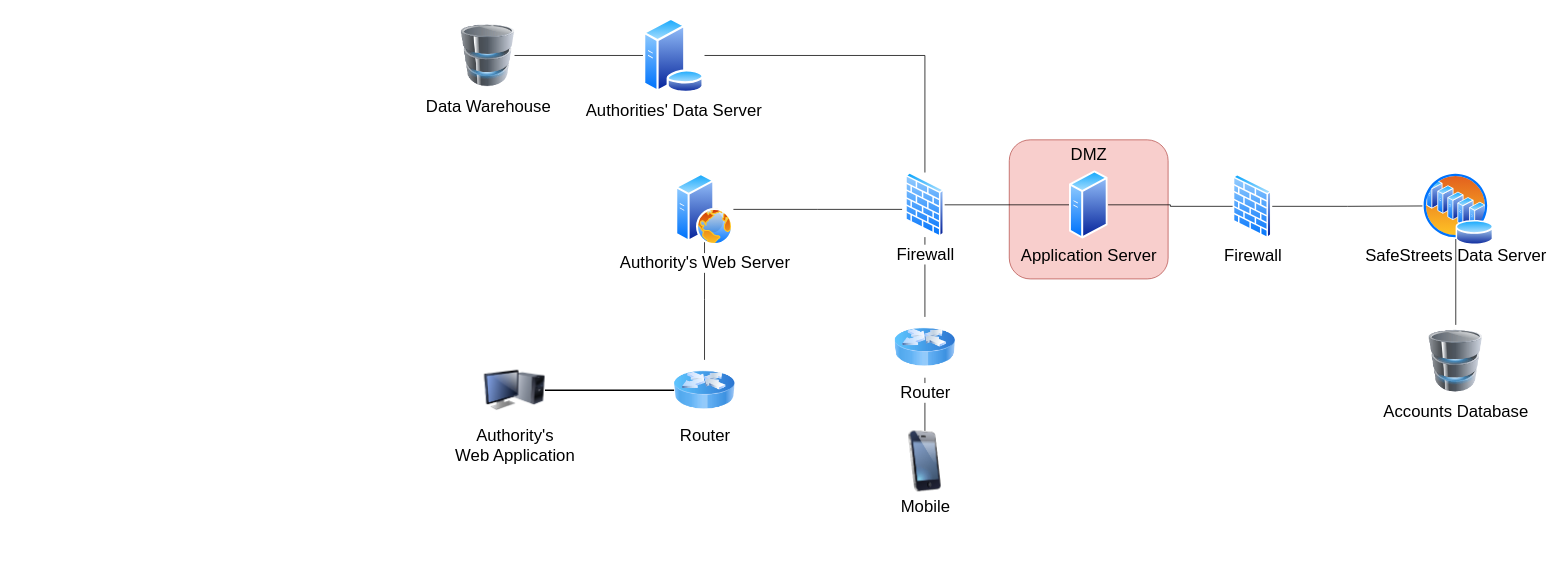
This is DD/images/Drawio/highlevel.drawio from marcuz1996/Software-Engineering-Project, a draw.io file, before an edit. Source tidied: cells renumbered, new cells numbered last; positions are measured from the earlier drawing's top-left corner, leaving out a move shared by most shapes. Both pictures are drawn from the tidied source at 76%, with x=0, y=0 at pixel (461, 17).
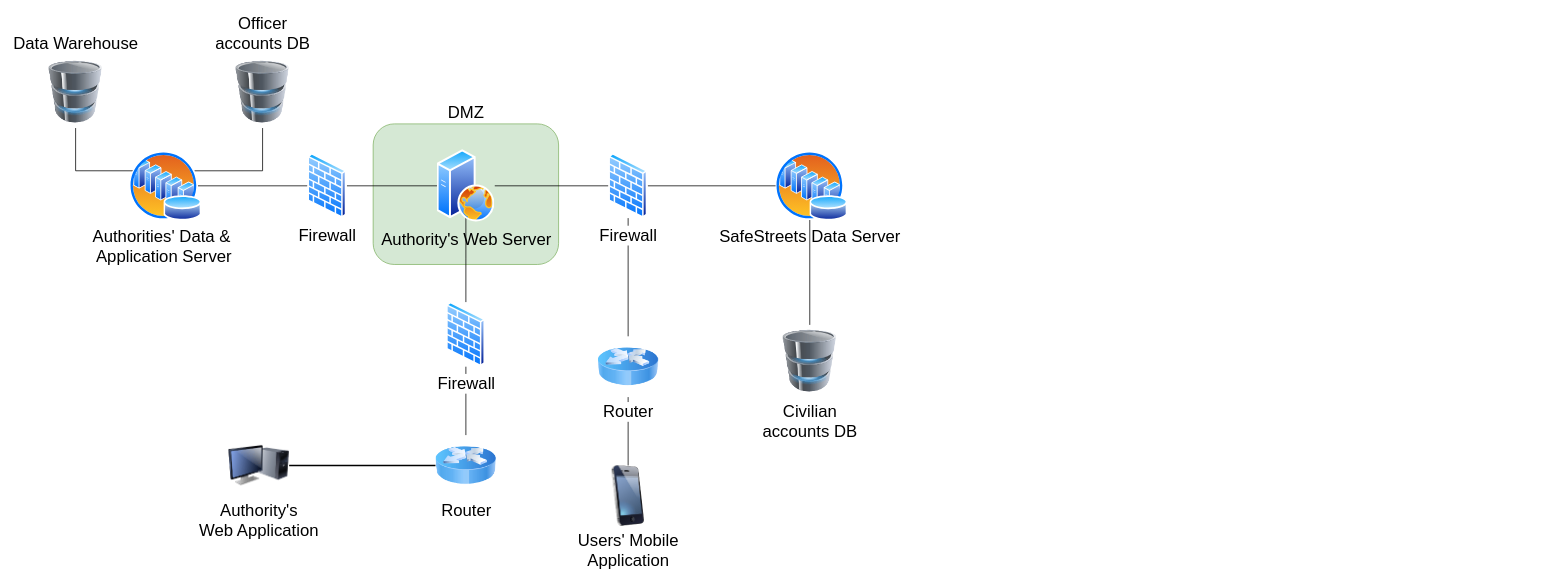
Above is the later version.

The edit, as a diff of the source:
```diff
@@
-    <mxCell id="2" value="DMZ" style="rounded=1;whiteSpace=wrap;html=1;fontSize=22;horizontal=1;verticalAlign=top;fillColor=#f8cecc;strokeColor=#b85450;" parent="1" vertex="1">
-      <mxGeometry x="721.5" y="160.5" width="209" height="183" as="geometry" />
+    <mxCell id="2" value="DMZ" style="rounded=1;whiteSpace=wrap;html=1;labelBackgroundColor=#FFFFFF;fillColor=#d5e8d4;strokeColor=#82b366;labelPosition=center;verticalLabelPosition=top;align=center;verticalAlign=bottom;fontSize=22;" parent="1" vertex="1">
+      <mxGeometry x="-115.5" y="139.5" width="244" height="185" as="geometry" />
     </mxCell>
-    <mxCell id="3" style="edgeStyle=orthogonalEdgeStyle;rounded=0;jettySize=auto;html=1;exitX=0.5;exitY=0;exitDx=0;exitDy=0;entryX=0.5;entryY=1;entryDx=0;entryDy=0;endArrow=none;endFill=0;" parent="1" edge="1" source="4">
+    <mxCell id="3" style="edgeStyle=orthogonalEdgeStyle;rounded=0;jettySize=auto;html=1;exitX=0.5;exitY=0;exitDx=0;exitDy=0;entryX=0.5;entryY=1;entryDx=0;entryDy=0;endArrow=none;endFill=0;" parent="1" edge="1" source="40">
       <mxGeometry relative="1" as="geometry">
-        <mxPoint x="320.5" y="290.3" as="targetPoint" />
+        <mxPoint x="6.5" y="259.3" as="targetPoint" />
       </mxGeometry>
     </mxCell>
     <mxCell id="4" value="Router" style="image;html=1;labelBackgroundColor=#ffffff;image=img/lib/clip_art/networking/Router_Icon_128x128.png;shadow=0;fontFamily=Helvetica;fontSize=22;fontColor=#000000;align=center;strokeColor=#000000;strokeWidth=2;fillColor=#ffffff;" parent="1" vertex="1">
-      <mxGeometry x="280.5" y="450" width="80" height="80" as="geometry" />
+      <mxGeometry x="-33.5" y="549" width="80" height="80" as="geometry" />
     </mxCell>
     <mxCell id="5" value="Authority's&lt;br&gt;Web Application" style="image;html=1;labelBackgroundColor=#ffffff;image=img/lib/clip_art/computers/Monitor_Tower_128x128.png;rounded=1;shadow=0;comic=0;strokeWidth=2;fontSize=22;" parent="1" vertex="1">
-      <mxGeometry x="30.5" y="450" width="80" height="80" as="geometry" />
+      <mxGeometry x="-306" y="549" width="80" height="80" as="geometry" />
     </mxCell>
-    <mxCell id="6" style="edgeStyle=orthogonalEdgeStyle;rounded=0;jettySize=auto;html=1;exitX=0.5;exitY=0;exitDx=0;exitDy=0;entryX=0.5;entryY=1;entryDx=0;entryDy=0;endArrow=none;endFill=0;fontSize=22;" parent="1" edge="1" source="7" target="10">
-      <mxGeometry relative="1" as="geometry" />
-    </mxCell>
-    <mxCell id="7" value="Mobile" style="image;html=1;labelBackgroundColor=#ffffff;image=img/lib/clip_art/telecommunication/iPhone_128x128.png;rounded=1;shadow=0;comic=0;strokeWidth=2;fontSize=22;" parent="1" vertex="1">
-      <mxGeometry x="570.5" y="543.5" width="80" height="80" as="geometry" />
+    <mxCell id="7" value="Users' Mobile &lt;br&gt;Application" style="image;html=1;labelBackgroundColor=#ffffff;image=img/lib/clip_art/telecommunication/iPhone_128x128.png;rounded=1;shadow=0;comic=0;strokeWidth=2;fontSize=22;" parent="1" vertex="1">
+      <mxGeometry x="180" y="589" width="80" height="80" as="geometry" />
     </mxCell>
@@
-    <mxCell id="9" style="edgeStyle=orthogonalEdgeStyle;rounded=0;jettySize=auto;html=1;exitX=0.5;exitY=0;exitDx=0;exitDy=0;entryX=0.5;entryY=1;entryDx=0;entryDy=0;endArrow=none;endFill=0;fontSize=22;" parent="1" edge="1" source="10" target="13">
-      <mxGeometry relative="1" as="geometry" />
-    </mxCell>
+    <mxCell id="27" style="edgeStyle=orthogonalEdgeStyle;rounded=0;jettySize=auto;html=1;exitX=0.5;exitY=1;exitDx=0;exitDy=0;entryX=0.5;entryY=0;entryDx=0;entryDy=0;endArrow=none;endFill=0;" parent="1" edge="1" source="10" target="7">
+      <mxGeometry relative="1" as="geometry" />
+    </mxCell>
     <mxCell id="10" value="Router" style="image;html=1;labelBackgroundColor=#ffffff;image=img/lib/clip_art/networking/Router_Icon_128x128.png;fontSize=22;" parent="1" vertex="1">
-      <mxGeometry x="570.5" y="393.5" width="80" height="80" as="geometry" />
+      <mxGeometry x="180" y="419" width="80" height="80" as="geometry" />
     </mxCell>
-    <mxCell id="11" style="edgeStyle=orthogonalEdgeStyle;rounded=0;jettySize=auto;html=1;exitX=0.5;exitY=0;exitDx=0;exitDy=0;entryX=1;entryY=0.5;entryDx=0;entryDy=0;endArrow=none;endFill=0;fontSize=22;" parent="1" edge="1" source="13" target="16">
-      <mxGeometry relative="1" as="geometry" />
-    </mxCell>
-    <mxCell id="12" style="edgeStyle=orthogonalEdgeStyle;rounded=0;jettySize=auto;html=1;exitX=1;exitY=0.5;exitDx=0;exitDy=0;entryX=0;entryY=0.5;entryDx=0;entryDy=0;endArrow=none;endFill=0;fontSize=22;" parent="1" edge="1" source="13" target="19">
-      <mxGeometry relative="1" as="geometry" />
-    </mxCell>
-    <mxCell id="13" value="Firewall" style="perimeter=ellipsePerimeter;html=1;align=center;shadow=0;dashed=0;spacingTop=3;image;image=img/lib/active_directory/firewall.svg;fontSize=22;" parent="1" vertex="1">
-      <mxGeometry x="584.5" y="203.5" width="52" height="85" as="geometry" />
-    </mxCell>
-    <mxCell id="14" style="edgeStyle=orthogonalEdgeStyle;rounded=0;jettySize=auto;html=1;exitX=1;exitY=0.5;exitDx=0;exitDy=0;endArrow=none;endFill=0;fontSize=22;" parent="1" edge="1" source="15">
-      <mxGeometry relative="1" as="geometry">
-        <mxPoint x="580.5" y="252" as="targetPoint" />
-      </mxGeometry>
-    </mxCell>
-    <mxCell id="15" value="Authority's Web Server" style="perimeter=ellipsePerimeter;html=1;align=center;shadow=0;dashed=0;spacingTop=3;image;image=img/lib/active_directory/web_server.svg;fontSize=22;" parent="1" vertex="1">
-      <mxGeometry x="282.5" y="204" width="76" height="96" as="geometry" />
-    </mxCell>
-    <mxCell id="16" value="Authorities' Data Server" style="perimeter=ellipsePerimeter;html=1;align=center;shadow=0;dashed=0;spacingTop=3;image;image=img/lib/active_directory/database_server.svg;fontSize=22;" parent="1" vertex="1">
-      <mxGeometry x="239.5" width="81" height="99" as="geometry" />
-    </mxCell>
-    <mxCell id="17" style="edgeStyle=orthogonalEdgeStyle;rounded=0;jettySize=auto;html=1;exitX=1;exitY=0.5;exitDx=0;exitDy=0;endArrow=none;endFill=0;fontSize=22;" parent="1" edge="1" source="18" target="16">
-      <mxGeometry relative="1" as="geometry" />
-    </mxCell>
+    <mxCell id="28" style="edgeStyle=orthogonalEdgeStyle;rounded=0;jettySize=auto;html=1;exitX=0;exitY=0.5;exitDx=0;exitDy=0;entryX=1;entryY=0.5;entryDx=0;entryDy=0;endArrow=none;endFill=0;" parent="1" edge="1" source="15" target="22">
+      <mxGeometry relative="1" as="geometry" />
+    </mxCell>
-    <mxCell id="18" value="Data Warehouse" style="image;html=1;labelBackgroundColor=#ffffff;image=img/lib/clip_art/computers/Database_128x128.png;fontSize=22;" parent="1" vertex="1">
-      <mxGeometry x="0.5" y="2" width="70" height="95" as="geometry" />
+    <mxCell id="18" value="Data Warehouse" style="image;html=1;labelBackgroundColor=none;image=img/lib/clip_art/computers/Database_128x128.png;fontSize=22;labelPosition=center;verticalLabelPosition=top;align=center;verticalAlign=bottom;" parent="1" vertex="1">
+      <mxGeometry x="-542" y="50" width="70" height="95" as="geometry" />
     </mxCell>
-    <mxCell id="19" value="Application Server" style="perimeter=ellipsePerimeter;html=1;align=center;shadow=0;dashed=0;spacingTop=3;image;image=img/lib/active_directory/generic_server.svg;fontSize=22;labelBackgroundColor=none;" parent="1" vertex="1">
-      <mxGeometry x="800.5" y="201" width="51" height="90" as="geometry" />
-    </mxCell>
-    <mxCell id="20" style="edgeStyle=orthogonalEdgeStyle;rounded=0;jettySize=auto;html=1;exitX=0;exitY=0.5;exitDx=0;exitDy=0;entryX=1;entryY=0.5;entryDx=0;entryDy=0;endArrow=none;endFill=0;strokeColor=#000000;fontSize=22;" parent="1" edge="1" source="22" target="19">
-      <mxGeometry relative="1" as="geometry" />
-    </mxCell>
-    <mxCell id="21" style="edgeStyle=orthogonalEdgeStyle;rounded=0;jettySize=auto;html=1;exitX=1;exitY=0.5;exitDx=0;exitDy=0;entryX=0;entryY=0.5;entryDx=0;entryDy=0;endArrow=none;endFill=0;strokeColor=#000000;fontSize=22;" parent="1" edge="1" source="22" target="23">
-      <mxGeometry relative="1" as="geometry" />
-    </mxCell>
-    <mxCell id="22" value="Firewall" style="perimeter=ellipsePerimeter;html=1;align=center;shadow=0;dashed=0;spacingTop=3;image;image=img/lib/active_directory/firewall.svg;fontSize=22;" parent="1" vertex="1">
-      <mxGeometry x="1015.5" y="205.5" width="52" height="85" as="geometry" />
-    </mxCell>
     <mxCell id="23" value="SafeStreets Data Server" style="perimeter=ellipsePerimeter;html=1;align=center;shadow=0;dashed=0;spacingTop=3;image;image=img/lib/active_directory/server_farm.svg;fontSize=22;" parent="1" vertex="1">
-      <mxGeometry x="1265.5" y="204" width="87" height="87" as="geometry" />
+      <mxGeometry x="414" y="176" width="90" height="90" as="geometry" />
     </mxCell>
-    <mxCell id="24" style="perimeter=ellipsePerimeter;html=1;align=center;shadow=0;dashed=0;spacingTop=3;image;image=img/lib/active_directory/database.svg;fontSize=22;" parent="1" vertex="1">
-      <mxGeometry x="1309" y="264.5" width="50" height="37" as="geometry" />
-    </mxCell>
@@
-    <mxCell id="26" value="Accounts Database" style="image;html=1;labelBackgroundColor=#ffffff;image=img/lib/clip_art/computers/Database_128x128.png;fontSize=22;" parent="1" vertex="1">
-      <mxGeometry x="1274" y="404" width="70" height="95" as="geometry" />
+    <mxCell id="26" value="Civilian&lt;br&gt;accounts DB" style="image;html=1;labelBackgroundColor=#ffffff;image=img/lib/clip_art/computers/Database_128x128.png;fontSize=22;" parent="1" vertex="1">
+      <mxGeometry x="424" y="404" width="70" height="95" as="geometry" />
     </mxCell>
+    <mxCell id="29" style="edgeStyle=orthogonalEdgeStyle;rounded=0;jettySize=auto;html=1;exitX=0;exitY=0.25;exitDx=0;exitDy=0;entryX=0.5;entryY=1;entryDx=0;entryDy=0;endArrow=none;endFill=0;" parent="1" edge="1" source="31" target="18">
+      <mxGeometry relative="1" as="geometry" />
+    </mxCell>
+    <mxCell id="30" style="edgeStyle=orthogonalEdgeStyle;rounded=0;jettySize=auto;html=1;exitX=1;exitY=0.25;exitDx=0;exitDy=0;entryX=0.5;entryY=1;entryDx=0;entryDy=0;endArrow=none;endFill=0;" parent="1" edge="1" source="31" target="33">
+      <mxGeometry relative="1" as="geometry" />
+    </mxCell>
+    <mxCell id="31" value="Authorities' Data &amp;amp;&amp;nbsp;&lt;br&gt;Application Server" style="perimeter=ellipsePerimeter;html=1;align=center;shadow=0;dashed=0;spacingTop=3;image;image=img/lib/active_directory/server_farm.svg;fontSize=22;labelBackgroundColor=none;" parent="1" vertex="1">
+      <mxGeometry x="-436" y="176" width="90" height="90" as="geometry" />
+    </mxCell>
+    <mxCell id="32" style="perimeter=ellipsePerimeter;html=1;align=center;shadow=0;dashed=0;spacingTop=3;image;image=img/lib/active_directory/database.svg;fontSize=22;" parent="1" vertex="1">
+      <mxGeometry x="-391" y="232" width="50" height="37" as="geometry" />
+    </mxCell>
+    <mxCell id="33" value="Officer&lt;br&gt;accounts DB" style="image;html=1;labelBackgroundColor=none;image=img/lib/clip_art/computers/Database_128x128.png;fontSize=22;labelPosition=center;verticalLabelPosition=top;align=center;verticalAlign=bottom;" parent="1" vertex="1">
+      <mxGeometry x="-296" y="50" width="70" height="95" as="geometry" />
+    </mxCell>
+    <mxCell id="34" style="edgeStyle=orthogonalEdgeStyle;rounded=0;jettySize=auto;html=1;exitX=0;exitY=0.5;exitDx=0;exitDy=0;entryX=1;entryY=0.5;entryDx=0;entryDy=0;endArrow=none;endFill=0;" parent="1" edge="1" source="22" target="31">
+      <mxGeometry relative="1" as="geometry" />
+    </mxCell>
+    <mxCell id="22" value="Firewall" style="perimeter=ellipsePerimeter;html=1;align=center;shadow=0;dashed=0;spacingTop=3;image;image=img/lib/active_directory/firewall.svg;fontSize=22;" parent="1" vertex="1">
+      <mxGeometry x="-202" y="178.5" width="52" height="85" as="geometry" />
+    </mxCell>
+    <mxCell id="35" style="edgeStyle=orthogonalEdgeStyle;rounded=0;jettySize=auto;html=1;exitX=0;exitY=0.5;exitDx=0;exitDy=0;entryX=1;entryY=0.5;entryDx=0;entryDy=0;endArrow=none;endFill=0;" parent="1" edge="1" source="13" target="15">
+      <mxGeometry relative="1" as="geometry" />
+    </mxCell>
+    <mxCell id="36" style="edgeStyle=orthogonalEdgeStyle;rounded=0;jettySize=auto;html=1;exitX=1;exitY=0.5;exitDx=0;exitDy=0;entryX=0;entryY=0.5;entryDx=0;entryDy=0;endArrow=none;endFill=0;" parent="1" edge="1" source="13" target="23">
+      <mxGeometry relative="1" as="geometry" />
+    </mxCell>
+    <mxCell id="37" style="edgeStyle=orthogonalEdgeStyle;rounded=0;jettySize=auto;html=1;exitX=0.5;exitY=1;exitDx=0;exitDy=0;entryX=0.5;entryY=0;entryDx=0;entryDy=0;endArrow=none;endFill=0;" parent="1" edge="1" source="13" target="10">
+      <mxGeometry relative="1" as="geometry" />
+    </mxCell>
+    <mxCell id="13" value="Firewall" style="perimeter=ellipsePerimeter;html=1;align=center;shadow=0;dashed=0;spacingTop=3;image;image=img/lib/active_directory/firewall.svg;fontSize=22;" parent="1" vertex="1">
+      <mxGeometry x="194" y="178.5" width="52" height="85" as="geometry" />
+    </mxCell>
+    <mxCell id="38" style="perimeter=ellipsePerimeter;html=1;align=center;shadow=0;dashed=0;spacingTop=3;image;image=img/lib/active_directory/database.svg;fontSize=22;" parent="1" vertex="1">
+      <mxGeometry x="459" y="232" width="50" height="37" as="geometry" />
+    </mxCell>
+    <mxCell id="39" style="edgeStyle=orthogonalEdgeStyle;rounded=0;jettySize=auto;html=1;exitX=0.5;exitY=0;exitDx=0;exitDy=0;entryX=0.5;entryY=1;entryDx=0;entryDy=0;endArrow=none;endFill=0;" parent="1" edge="1" source="4" target="40">
+      <mxGeometry relative="1" as="geometry" />
+    </mxCell>
+    <mxCell id="40" value="Firewall" style="perimeter=ellipsePerimeter;html=1;align=center;shadow=0;dashed=0;spacingTop=3;image;image=img/lib/active_directory/firewall.svg;fontSize=22;labelBackgroundColor=#FFFFFF;" parent="1" vertex="1">
+      <mxGeometry x="-19.5" y="374" width="52" height="85" as="geometry" />
+    </mxCell>
+    <mxCell id="15" value="Authority's Web Server" style="perimeter=ellipsePerimeter;html=1;align=center;shadow=0;dashed=0;spacingTop=3;image;image=img/lib/active_directory/web_server.svg;fontSize=22;labelBackgroundColor=none;" parent="1" vertex="1">
+      <mxGeometry x="-31.5" y="173" width="76" height="96" as="geometry" />
+    </mxCell>
```
